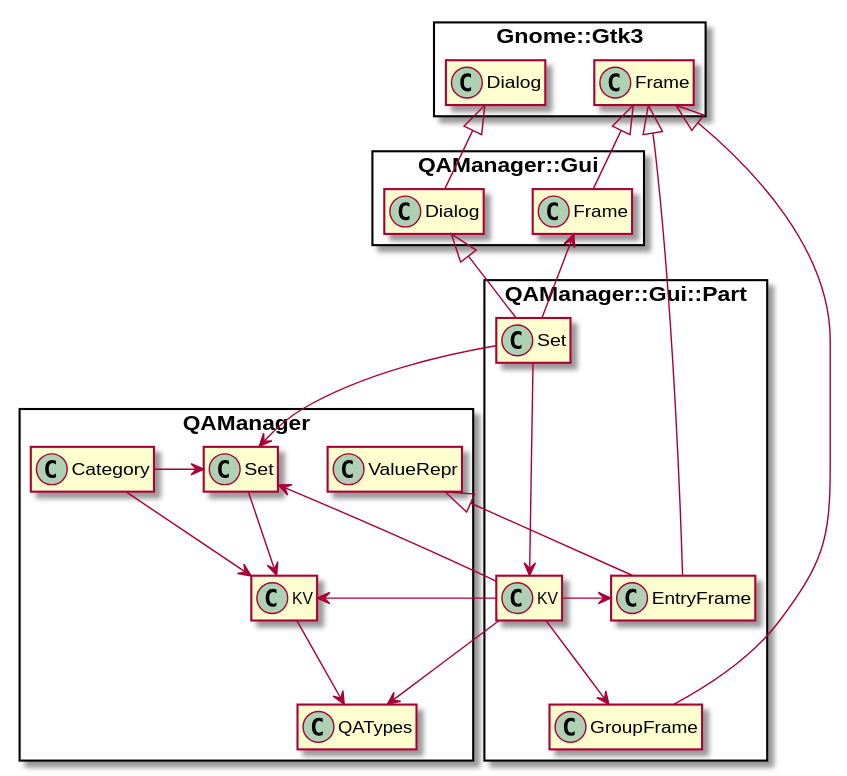
Above: doc/plantuml/structure-demodialog.svg in MARTIMM/qa-manager (PlantUML), before the change.
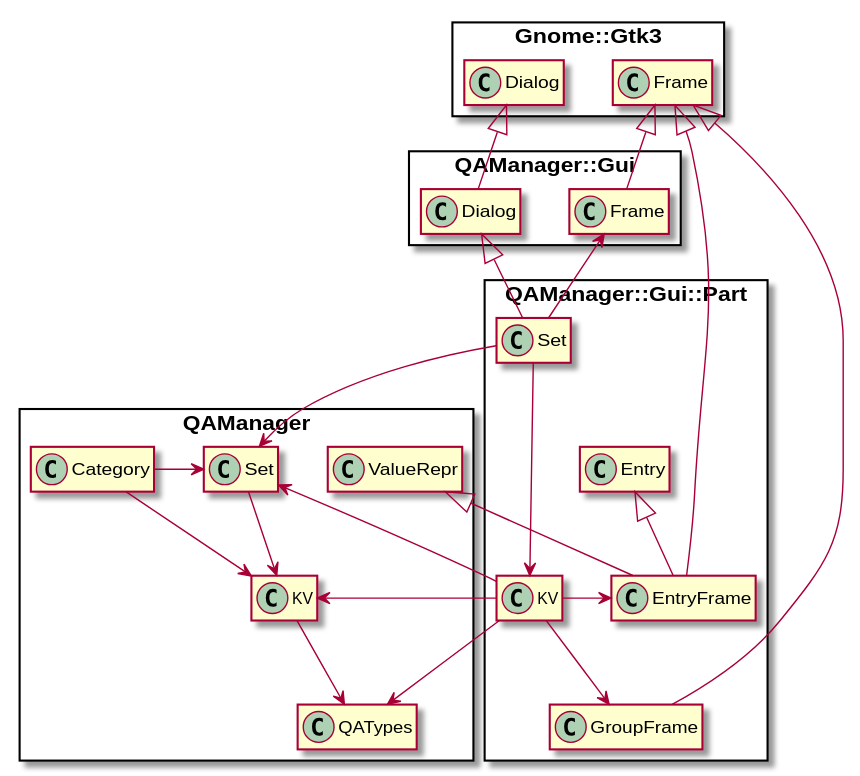
Later version of the same file.

Change to the diagram source:
```diff
@@ -30,4 +30,6 @@
 Gnome::Gtk3::Frame <|-- QAManager::Gui::Part::EntryFrame
 QAManager::Gui::Part::EntryFrame -|> QAManager::ValueRepr
 
+QAManager::Gui::Part::Entry <|-- QAManager::Gui::Part::EntryFrame
+
 @enduml
```
